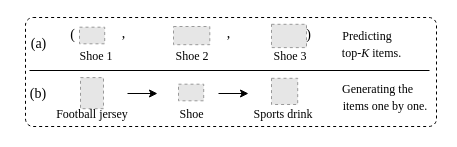
Above: issue2.drawio in wenqisun/data (draw.io), before the change. Source tidied: cells renumbered, new cells numbered last; positions are measured from the earlier drawing's top-left corner, leaving out a move shared by most shapes. Both pictures are drawn from the tidied source at 100%, with x=0, y=0 at pixel (17, 17). Pictures stored in the file or linked from it are replaced by grey dashed boxes.
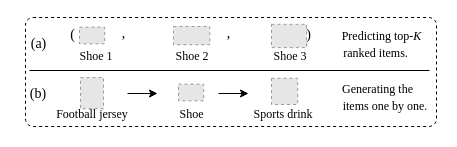
The same page after the edit.

Diff of the diagram source:
```diff
@@
-    <mxCell id="10" value="&lt;font face=&quot;Times New Roman&quot; style=&quot;font-size: 12px;&quot;&gt;Predicting&amp;nbsp; &amp;nbsp; top-&lt;i&gt;K&lt;/i&gt; items.&lt;/font&gt;" style="text;strokeColor=none;align=center;fillColor=none;html=1;verticalAlign=middle;whiteSpace=wrap;rounded=0;fontSize=14;" parent="1" vertex="1">
-      <mxGeometry x="317" y="16" width="74.6" height="20" as="geometry" />
+    <mxCell id="10" value="&lt;font face=&quot;Times New Roman&quot; style=&quot;font-size: 12px;&quot;&gt;&amp;nbsp; &amp;nbsp; &amp;nbsp;Predicting top-&lt;i&gt;K&lt;/i&gt;&amp;nbsp;&lt;br&gt;ranked items.&lt;/font&gt;" style="text;strokeColor=none;align=center;fillColor=none;html=1;verticalAlign=middle;whiteSpace=wrap;rounded=0;fontSize=14;" parent="1" vertex="1">
+      <mxGeometry x="307" y="16" width="103" height="20" as="geometry" />
     </mxCell>
```
